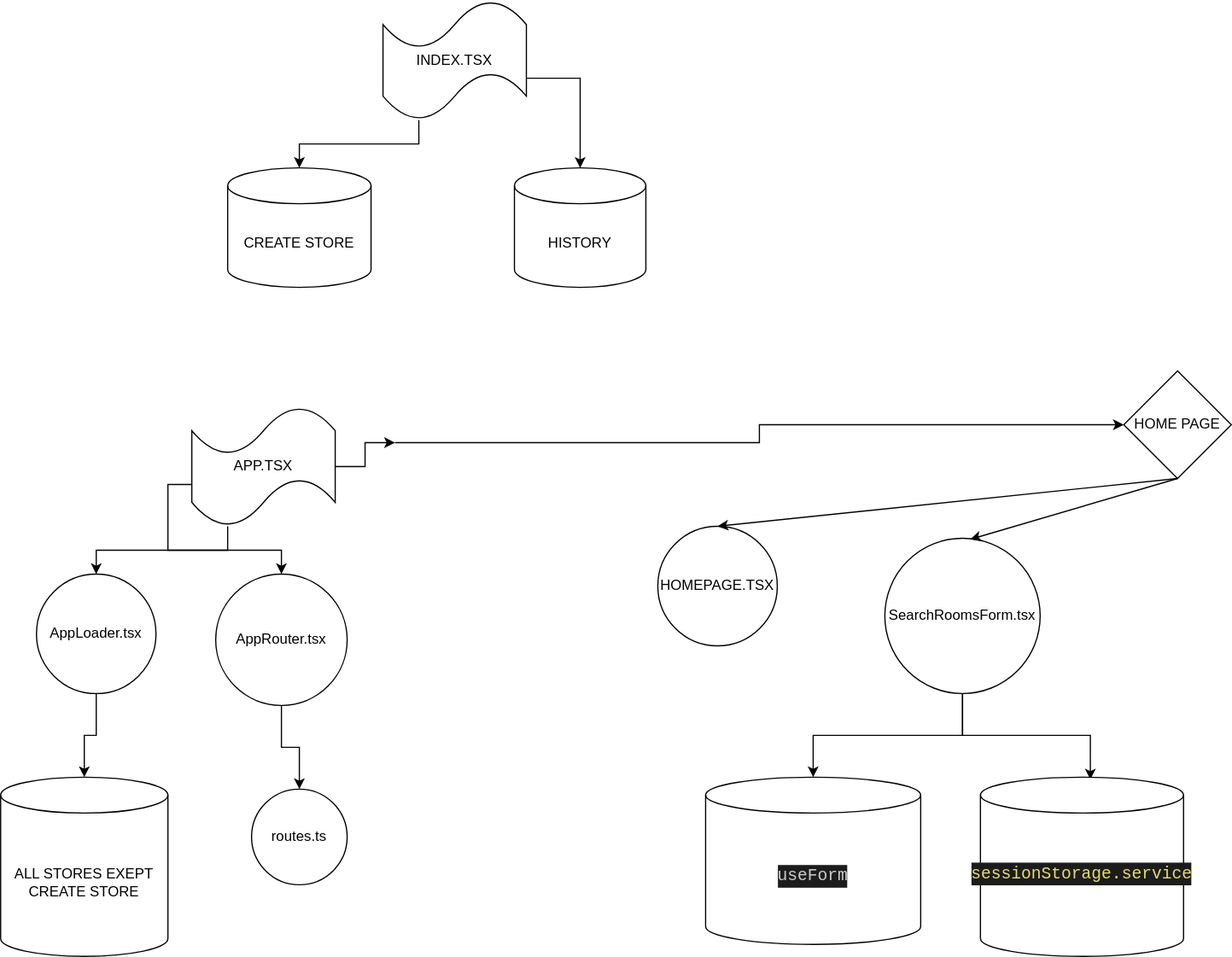
Before: HOME PAGE FLOW.drawio.svg, a diagram exported from draw.io (sourisooo/BOOKING-PROJET-2). Source tidied: cells renumbered, new cells last; positions are measured from the earlier drawing's top-left corner, leaving out a move shared by most shapes.
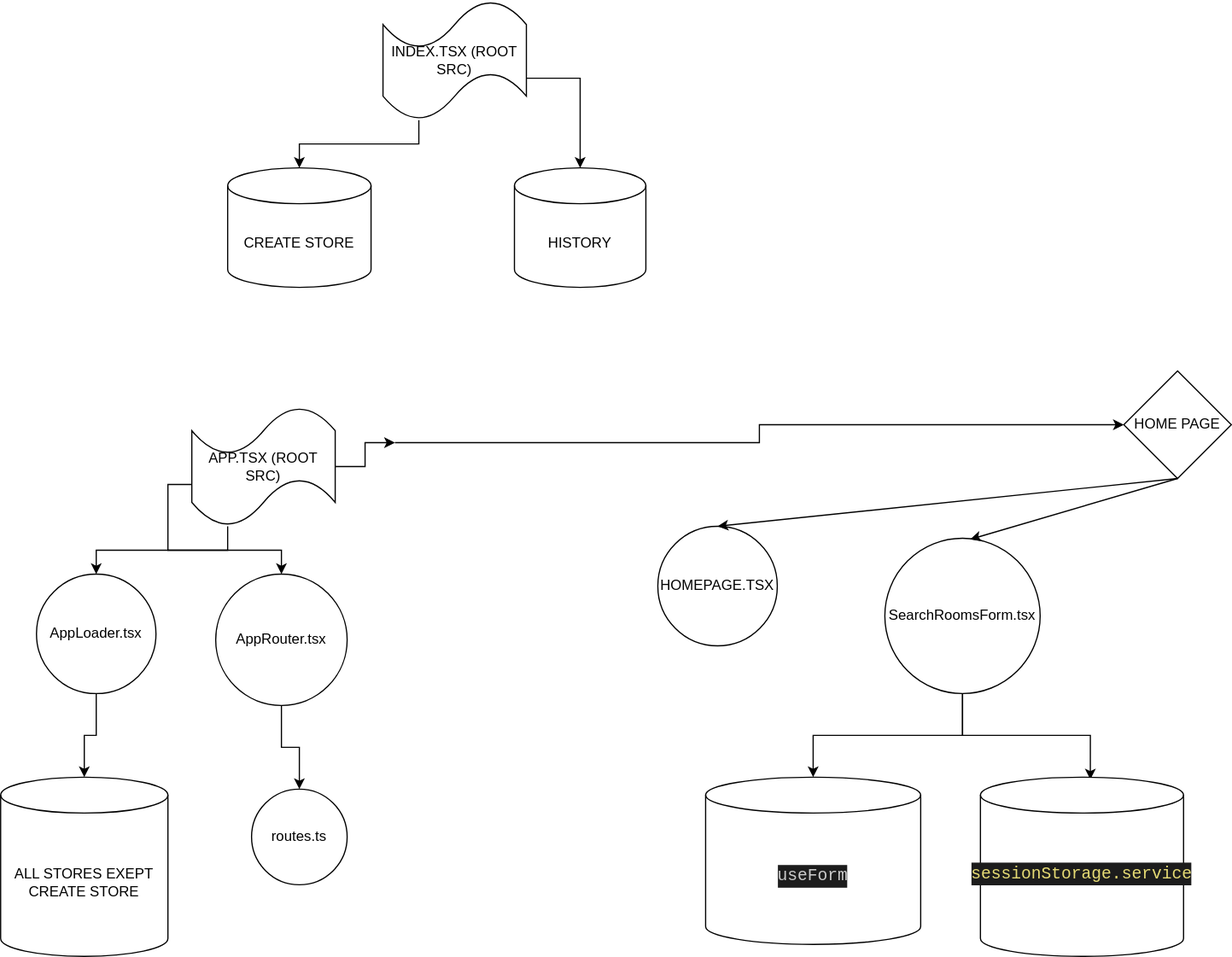
The same diagram one commit later.

Commit message:
Mettre à jour HOME PAGE FLOW.drawio.svg

What changed in the source:
```diff
@@ -45,7 +45,7 @@
     <mxCell id="14" style="edgeStyle=orthogonalEdgeStyle;rounded=0;jettySize=auto;html=1;exitX=0;exitY=0.65;exitDx=0;exitDy=0;exitPerimeter=0;entryX=0.5;entryY=0;entryDx=0;entryDy=0;" parent="1" edge="1" source="15" target="19">
       <mxGeometry relative="1" as="geometry" />
     </mxCell>
-    <mxCell id="15" value="APP.TSX" style="shape=tape;whiteSpace=wrap;html=1;" parent="1" vertex="1">
+    <mxCell id="15" value="APP.TSX (ROOT SRC)" style="shape=tape;whiteSpace=wrap;html=1;" parent="1" vertex="1">
       <mxGeometry x="160" y="340" width="120" height="100" as="geometry" />
     </mxCell>
     <mxCell id="16" style="edgeStyle=orthogonalEdgeStyle;rounded=0;jettySize=auto;html=1;exitX=0.5;exitY=1;exitDx=0;exitDy=0;" parent="1" edge="1" source="17" target="20">
@@ -72,7 +72,7 @@
     <mxCell id="23" style="edgeStyle=orthogonalEdgeStyle;rounded=0;jettySize=auto;html=1;exitX=1;exitY=0.65;exitDx=0;exitDy=0;exitPerimeter=0;entryX=0.5;entryY=0;entryDx=0;entryDy=0;entryPerimeter=0;" parent="1" edge="1" source="24" target="26">
       <mxGeometry relative="1" as="geometry" />
     </mxCell>
-    <mxCell id="24" value="INDEX.TSX" style="shape=tape;whiteSpace=wrap;html=1;" parent="1" vertex="1">
+    <mxCell id="24" value="INDEX.TSX (ROOT SRC)" style="shape=tape;whiteSpace=wrap;html=1;" parent="1" vertex="1">
       <mxGeometry x="320" width="120" height="100" as="geometry" />
     </mxCell>
     <mxCell id="25" value="CREATE STORE" style="shape=cylinder3;whiteSpace=wrap;html=1;boundedLbl=1;backgroundOutline=1;size=15;" parent="1" vertex="1">
```
